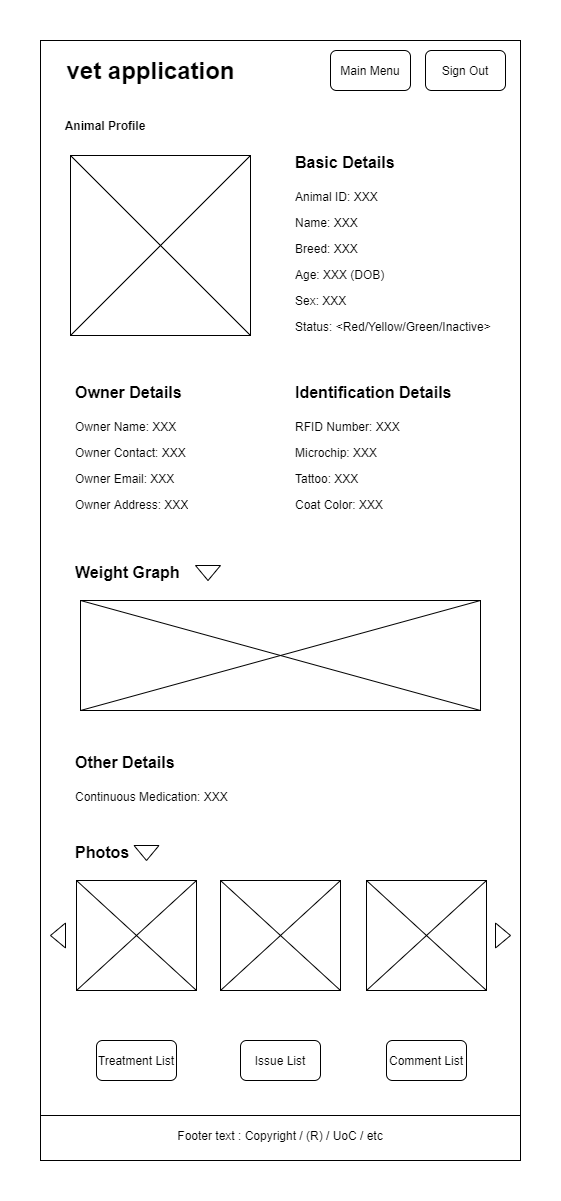
Earlier version of the draw.io export wireframing/14_Animal_Profile.png (zbhavyai/veterinary-clinic). Source tidied: cells renumbered, new cells last; positions are measured from the earlier drawing's top-left corner, leaving out a move shared by most shapes.
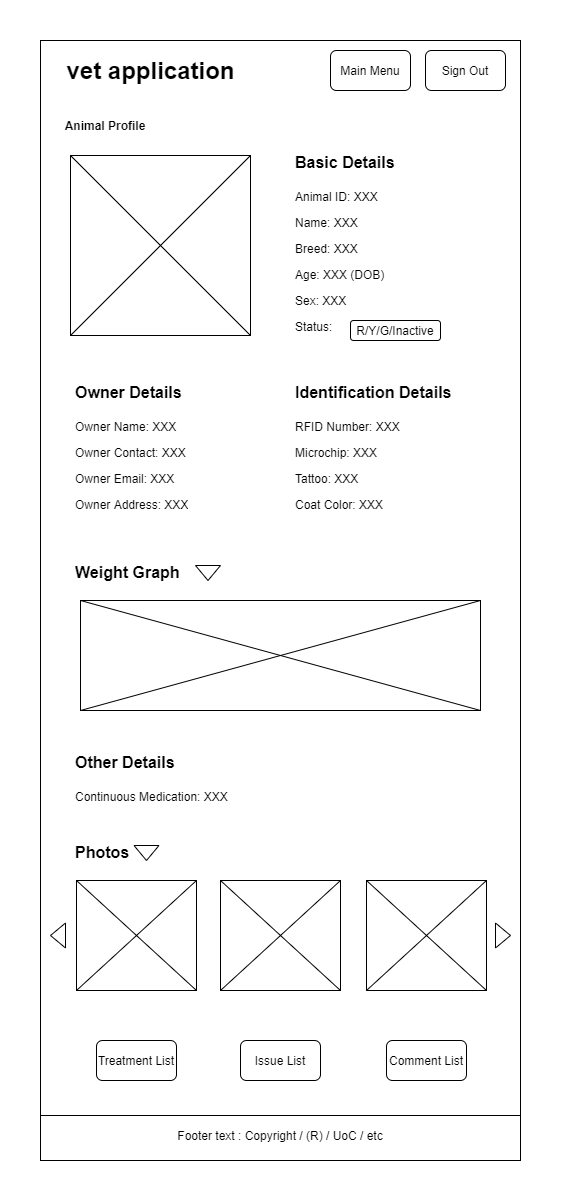
The same file after the commit.

Commit message:
docs: [U888-51, U888-52, U888-53, U888-54] adding status change button and fixing alignment

What changed in the source:
```diff
@@ -35,7 +35,7 @@
     <mxCell id="12" value="Animal Profile" style="text;html=1;strokeColor=none;fillColor=none;align=center;verticalAlign=middle;whiteSpace=wrap;rounded=0;fontStyle=1;" parent="1" vertex="1">
       <mxGeometry x="60" y="110" width="90" height="30" as="geometry" />
     </mxCell>
-    <mxCell id="13" value="&lt;h1&gt;&lt;font style=&quot;font-size: 16px&quot;&gt;Basic Details&lt;/font&gt;&lt;/h1&gt;&lt;p&gt;Animal ID: XXX&lt;/p&gt;&lt;p&gt;Name: XXX&lt;/p&gt;&lt;p&gt;Breed: XXX&lt;/p&gt;&lt;p&gt;Age: XXX (DOB)&lt;br&gt;&lt;/p&gt;&lt;p&gt;Sex: XXX&lt;/p&gt;&lt;p&gt;Status: &amp;lt;Red/Yellow/Green/Inactive&amp;gt;&lt;/p&gt;" style="text;html=1;strokeColor=none;fillColor=none;spacing=5;spacingTop=-20;whiteSpace=wrap;overflow=hidden;rounded=0;align=left;" parent="1" vertex="1">
+    <mxCell id="13" value="&lt;h1&gt;&lt;font style=&quot;font-size: 16px&quot;&gt;Basic Details&lt;/font&gt;&lt;/h1&gt;&lt;p&gt;Animal ID: XXX&lt;/p&gt;&lt;p&gt;Name: XXX&lt;/p&gt;&lt;p&gt;Breed: XXX&lt;/p&gt;&lt;p&gt;Age: XXX (DOB)&lt;br&gt;&lt;/p&gt;&lt;p&gt;Sex: XXX&lt;/p&gt;&lt;p&gt;Status:&amp;nbsp;&lt;/p&gt;" style="text;html=1;strokeColor=none;fillColor=none;spacing=5;spacingTop=-20;whiteSpace=wrap;overflow=hidden;rounded=0;align=left;" parent="1" vertex="1">
       <mxGeometry x="290" y="140" width="210" height="210" as="geometry" />
     </mxCell>
     <mxCell id="14" value="&lt;h1&gt;&lt;font style=&quot;font-size: 16px&quot;&gt;Owner Details&lt;/font&gt;&lt;/h1&gt;&lt;p&gt;Owner Name: XXX&lt;/p&gt;&lt;p&gt;Owner Contact: XXX&lt;/p&gt;&lt;p&gt;Owner Email: XXX&lt;/p&gt;&lt;p&gt;Owner Address: XXX&lt;/p&gt;" style="text;html=1;strokeColor=none;fillColor=none;spacing=5;spacingTop=-20;whiteSpace=wrap;overflow=hidden;rounded=0;align=left;" parent="1" vertex="1">
@@ -110,5 +110,8 @@
     <mxCell id="37" value="Comment List" style="rounded=1;whiteSpace=wrap;html=1;" parent="1" vertex="1">
       <mxGeometry x="386" y="1040" width="80" height="40" as="geometry" />
     </mxCell>
+    <mxCell id="38" value="R/Y/G/Inactive" style="rounded=1;whiteSpace=wrap;html=1;" parent="1" vertex="1">
+      <mxGeometry x="350" y="320" width="90" height="20" as="geometry" />
+    </mxCell>
   </root>
 </mxGraphModel>
```
